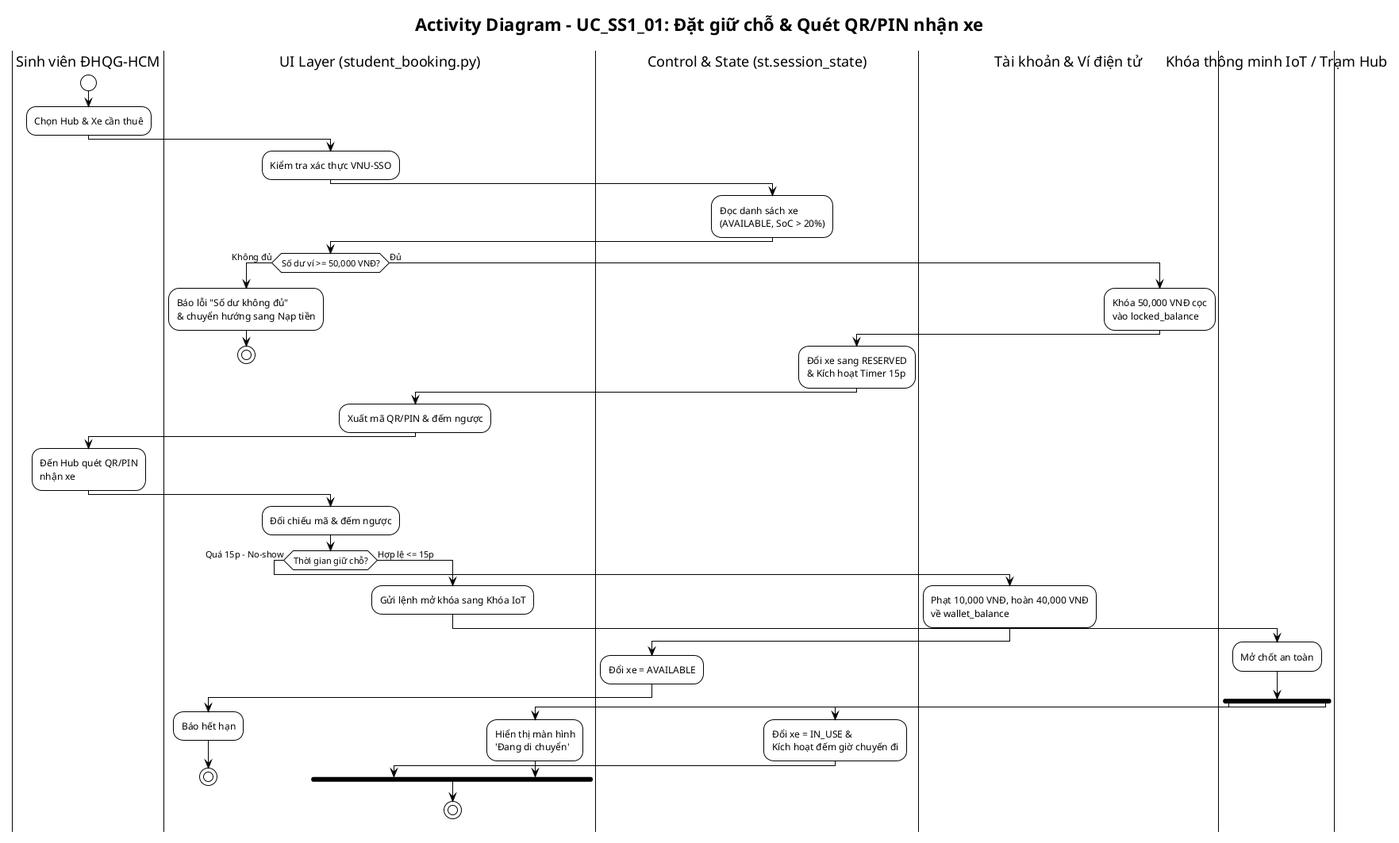
Earlier version of the PlantUML export docs/diagrams/Use-case detail-scenario/SS1/Activity diagrams/UC_SS1_01_NguyenThanhDat_activity.png (Dat-nguyen195/BTL_1_CNPM). Its diagram source:
```plantuml
@startuml UC_SS1_01_NguyenThanhDat_activity
!pragma layout smetana
!theme plain
skinparam activityMessageAlign center

title Activity Diagram - UC_SS1_01: Đặt giữ chỗ & Quét QR/PIN nhận xe

|Sinh viên ĐHQG-HCM|
start
:Chọn Hub & Xe cần thuê;

|UI Layer (student_booking.py)|
:Kiểm tra xác thực VNU-SSO;

|Control & State (st.session_state)|
:Đọc danh sách xe\n(AVAILABLE, SoC > 20%);

|UI Layer (student_booking.py)|
if (Số dư ví >= 50,000 VNĐ?) then (Không đủ)
  :Báo lỗi "Số dư không đủ"\n& chuyển hướng sang Nạp tiền;
  stop
else (Đủ)
  |Tài khoản & Ví điện tử|
  :Khóa 50,000 VNĐ cọc\nvào locked_balance;

  |Control & State (st.session_state)|
  :Đổi xe sang RESERVED\n& Kích hoạt Timer 15p;

  |UI Layer (student_booking.py)|
  :Xuất mã QR/PIN & đếm ngược;
endif

|Sinh viên ĐHQG-HCM|
:Đến Hub quét QR/PIN\nnhận xe;

|UI Layer (student_booking.py)|
:Đối chiếu mã & đếm ngược;
if (Thời gian giữ chỗ?) then (Quá 15p - No-show)
  |Tài khoản & Ví điện tử|
  :Phạt 10,000 VNĐ, hoàn 40,000 VNĐ\nvề wallet_balance;

  |Control & State (st.session_state)|
  :Đổi xe = AVAILABLE;

  |UI Layer (student_booking.py)|
  :Báo hết hạn;
  stop
else (Hợp lệ <= 15p)
  |UI Layer (student_booking.py)|
  :Gửi lệnh mở khóa sang Khóa IoT;

  |Khóa thông minh IoT / Trạm Hub|
  :Mở chốt an toàn;

  fork
    |Control & State (st.session_state)|
    :Đổi xe = IN_USE &\nKích hoạt đếm giờ chuyến đi;
  fork again
    |UI Layer (student_booking.py)|
    :Hiển thị màn hình\n'Đang di chuyển';
  end fork

  stop
endif

@enduml
```
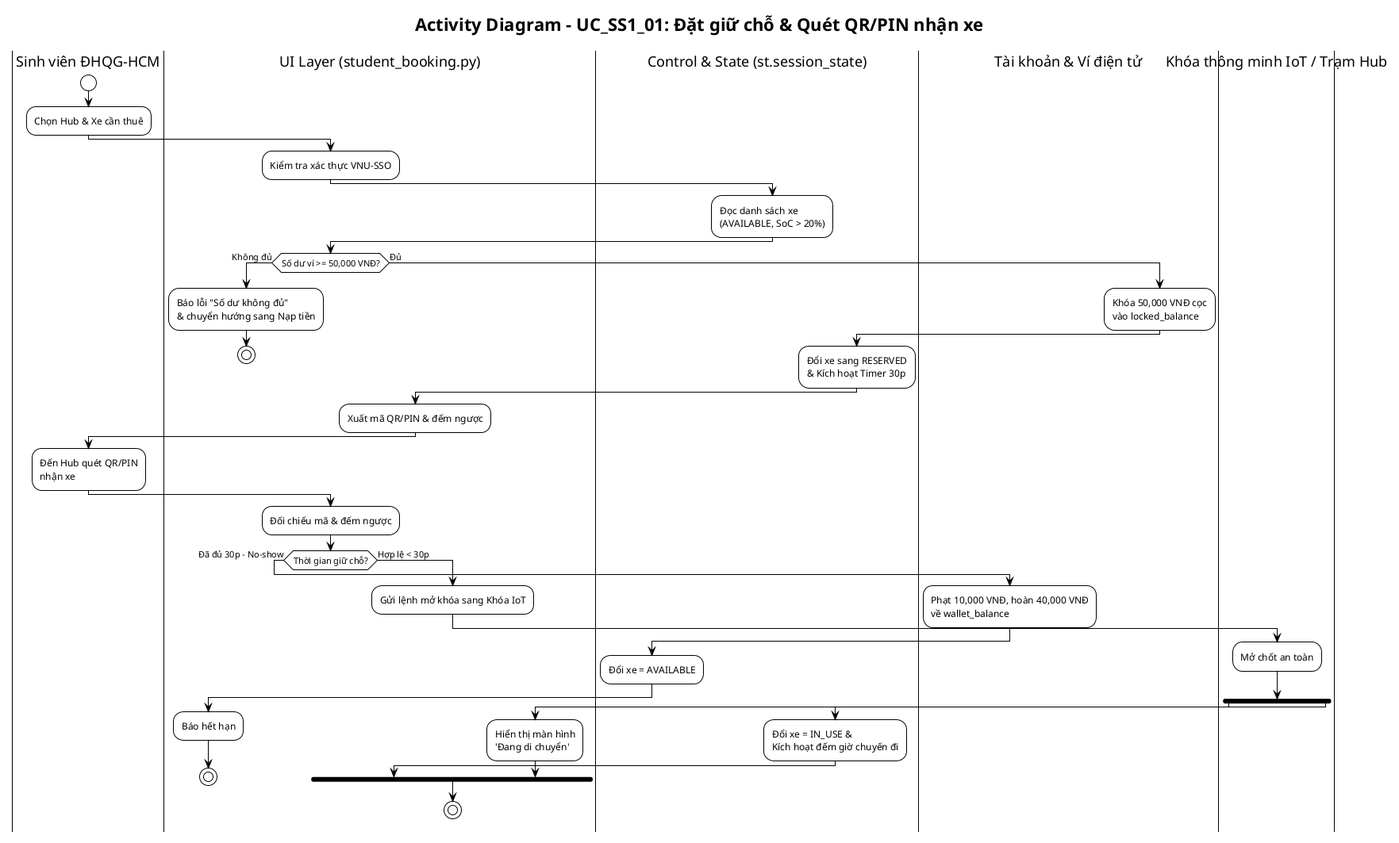
The same file after the commit.

What changed in the source:
```diff
@@ -24,7 +24,7 @@
   :Khóa 50,000 VNĐ cọc\nvào locked_balance;
 
   |Control & State (st.session_state)|
-  :Đổi xe sang RESERVED\n& Kích hoạt Timer 15p;
+  :Đổi xe sang RESERVED\n& Kích hoạt Timer 30p;
 
   |UI Layer (student_booking.py)|
   :Xuất mã QR/PIN & đếm ngược;
@@ -35,7 +35,7 @@
 
 |UI Layer (student_booking.py)|
 :Đối chiếu mã & đếm ngược;
-if (Thời gian giữ chỗ?) then (Quá 15p - No-show)
+if (Thời gian giữ chỗ?) then (Đã đủ 30p - No-show)
   |Tài khoản & Ví điện tử|
   :Phạt 10,000 VNĐ, hoàn 40,000 VNĐ\nvề wallet_balance;
 
@@ -45,7 +45,7 @@
   |UI Layer (student_booking.py)|
   :Báo hết hạn;
   stop
-else (Hợp lệ <= 15p)
+else (Hợp lệ < 30p)
   |UI Layer (student_booking.py)|
   :Gửi lệnh mở khóa sang Khóa IoT;
 
```
